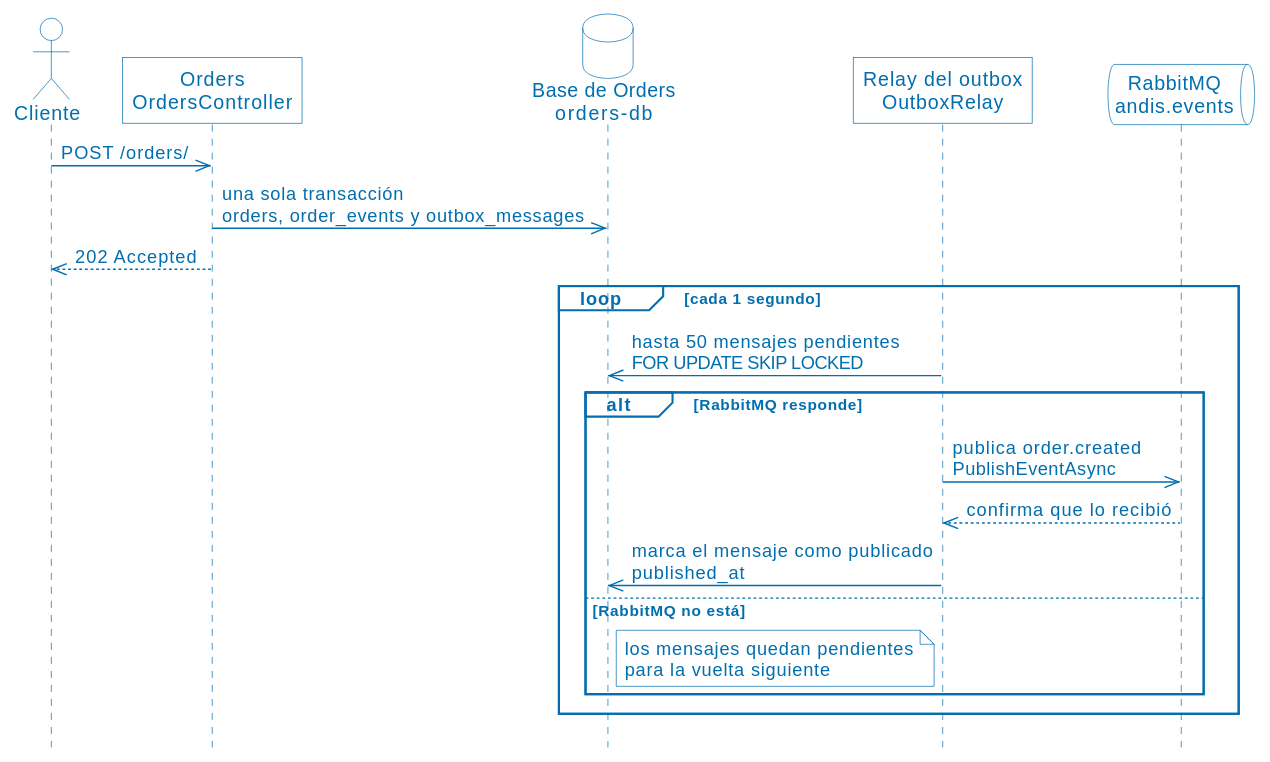
Above: assets/09-transactional-outbox.svg in ucudal/ANDIS2_UT4_DEMO1 (PlantUML), before the change.
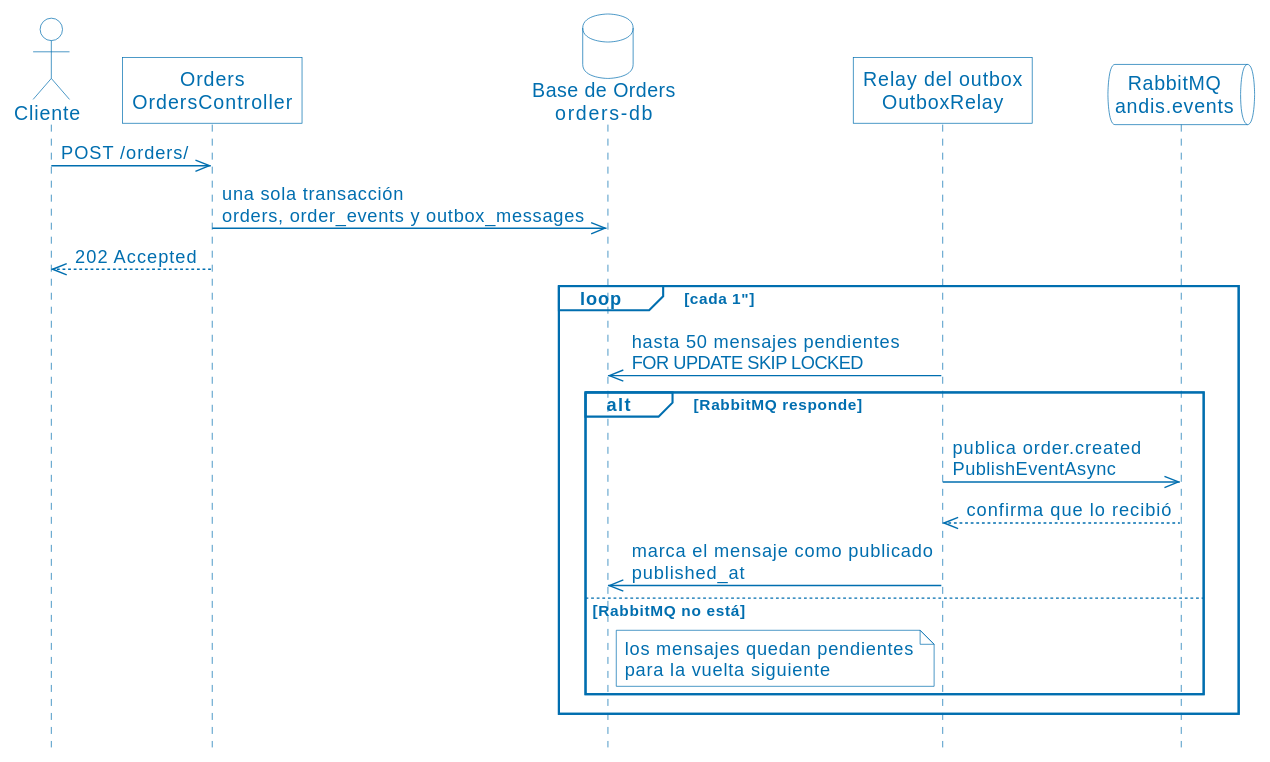
After the commit.

The edit, as a diff of the source:
```diff
@@ -10,7 +10,7 @@
 C ->> O : POST /orders/
 O ->> DB : una sola transacción\norders, order_events y outbox_messages
 O -->> C : 202 Accepted
-loop cada 1 segundo
+loop cada 1"
   R ->> DB : hasta 50 mensajes pendientes\nFOR UPDATE SKIP LOCKED
   alt RabbitMQ responde
     R ->> MQ : publica order.created\nPublishEventAsync
```
